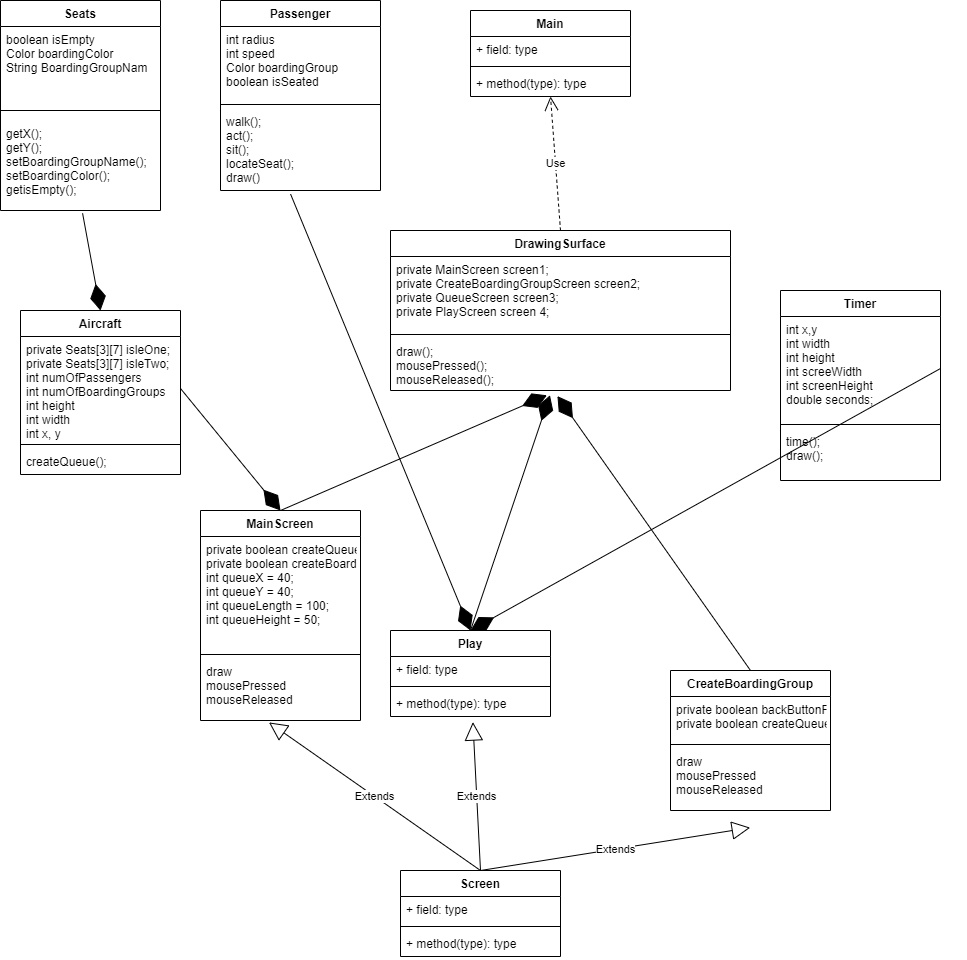
HHSAPCompSci2020/capstone-project-16th-airplane-boarding-group keeps this draw.io diagram as Passenger Plane boarding simulation.png. Above is the earlier version. Source tidied: cells renumbered, new cells last; positions are measured from the earlier drawing's top-left corner, leaving out a move shared by most shapes.
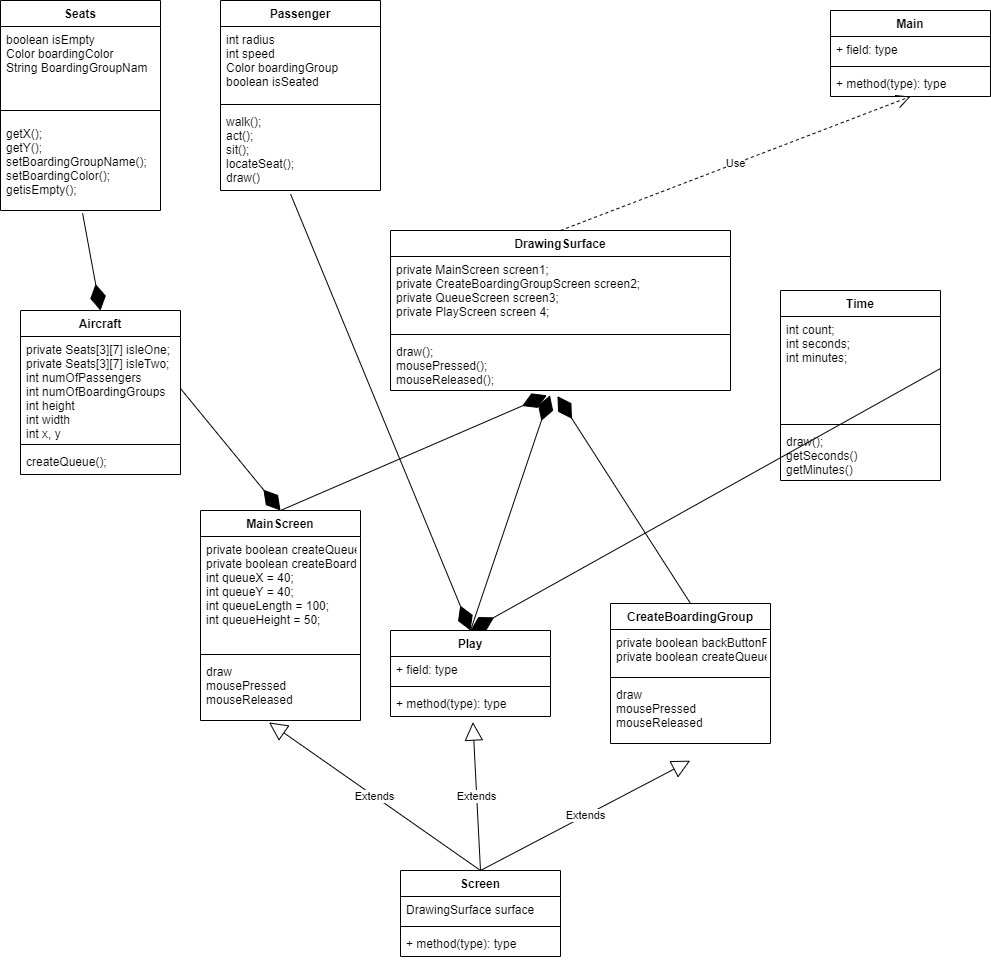
Later version of the same file.

What changed in the source:
```diff
@@ -15,7 +15,7 @@
       <mxGeometry y="120" width="160" height="90" as="geometry" />
     </mxCell>
     <mxCell id="6" value="Main" style="swimlane;fontStyle=1;align=center;verticalAlign=top;horizontal=1;startSize=26;" parent="1" vertex="1">
-      <mxGeometry x="470" y="10" width="160" height="86" as="geometry" />
+      <mxGeometry x="830" y="10" width="160" height="86" as="geometry" />
     </mxCell>
     <mxCell id="7" value="+ field: type" style="text;strokeColor=none;fillColor=none;align=left;verticalAlign=top;spacingLeft=4;spacingRight=4;overflow=hidden;" parent="6" vertex="1">
       <mxGeometry y="26" width="160" height="26" as="geometry" />
@@ -65,22 +65,22 @@
     <mxCell id="22" value="Use" style="endArrow=open;endSize=12;dashed=1;html=1;exitX=0.5;exitY=0;exitDx=0;exitDy=0;entryX=0.5;entryY=1;entryDx=0;entryDy=0;" parent="1" edge="1" source="10" target="6">
       <mxGeometry relative="1" as="geometry" />
     </mxCell>
-    <mxCell id="23" value="Timer" style="swimlane;fontStyle=1;align=center;verticalAlign=top;horizontal=1;startSize=26;" parent="1" vertex="1">
+    <mxCell id="23" value="Time" style="swimlane;fontStyle=1;align=center;verticalAlign=top;horizontal=1;startSize=26;" parent="1" vertex="1">
       <mxGeometry x="780" y="290" width="160" height="190" as="geometry" />
     </mxCell>
-    <mxCell id="24" value="int x,y&#10;int width&#10;int height&#10;int screeWidth&#10;int screenHeight&#10;double seconds;" style="text;strokeColor=none;fillColor=none;align=left;verticalAlign=top;spacingLeft=4;spacingRight=4;overflow=hidden;points=[[0,0.5],[1,0.5]];portConstraint=eastwest;" parent="23" vertex="1">
+    <mxCell id="24" value="int count;&#10;&#9;int seconds;&#10;&#9;int minutes;" style="text;strokeColor=none;fillColor=none;align=left;verticalAlign=top;spacingLeft=4;spacingRight=4;overflow=hidden;points=[[0,0.5],[1,0.5]];portConstraint=eastwest;" parent="23" vertex="1">
       <mxGeometry y="26" width="160" height="104" as="geometry" />
     </mxCell>
     <mxCell id="25" style="line;strokeWidth=1;fillColor=none;align=left;verticalAlign=middle;spacingTop=-1;spacingLeft=3;spacingRight=3;labelPosition=right;" parent="23" vertex="1">
       <mxGeometry y="130" width="160" height="8" as="geometry" />
     </mxCell>
-    <mxCell id="26" value="time();&#10;draw();" style="text;strokeColor=none;fillColor=none;align=left;verticalAlign=top;spacingLeft=4;spacingRight=4;overflow=hidden;" parent="23" vertex="1">
+    <mxCell id="26" value="draw();&#10;getSeconds() &#10;getMinutes()" style="text;strokeColor=none;fillColor=none;align=left;verticalAlign=top;spacingLeft=4;spacingRight=4;overflow=hidden;" parent="23" vertex="1">
       <mxGeometry y="138" width="160" height="52" as="geometry" />
     </mxCell>
     <mxCell id="27" value="Screen" style="swimlane;fontStyle=1;align=center;verticalAlign=top;horizontal=1;startSize=26;" parent="1" vertex="1">
       <mxGeometry x="400" y="870" width="160" height="86" as="geometry" />
     </mxCell>
-    <mxCell id="28" value="+ field: type" style="text;strokeColor=none;fillColor=none;align=left;verticalAlign=top;spacingLeft=4;spacingRight=4;overflow=hidden;" parent="27" vertex="1">
+    <mxCell id="28" value="DrawingSurface surface " style="text;strokeColor=none;fillColor=none;align=left;verticalAlign=top;spacingLeft=4;spacingRight=4;overflow=hidden;" parent="27" vertex="1">
       <mxGeometry y="26" width="160" height="26" as="geometry" />
     </mxCell>
     <mxCell id="29" style="line;strokeWidth=1;fillColor=none;align=left;verticalAlign=middle;spacingTop=-1;spacingLeft=3;spacingRight=3;labelPosition=right;" parent="27" vertex="1">
@@ -114,7 +114,7 @@
       <mxGeometry y="60" width="160" height="26" as="geometry" />
     </mxCell>
     <mxCell id="39" value="CreateBoardingGroup" style="swimlane;fontStyle=1;align=center;verticalAlign=top;horizontal=1;startSize=26;" parent="1" vertex="1">
-      <mxGeometry x="670" y="670" width="160" height="140" as="geometry" />
+      <mxGeometry x="610" y="603" width="160" height="140" as="geometry" />
     </mxCell>
     <mxCell id="40" value="private boolean backButtonPressed;&#10;&#9;private boolean createQueueButtonPressed;" style="text;strokeColor=none;fillColor=none;align=left;verticalAlign=top;spacingLeft=4;spacingRight=4;overflow=hidden;" parent="39" vertex="1">
       <mxGeometry y="26" width="160" height="44" as="geometry" />
```
